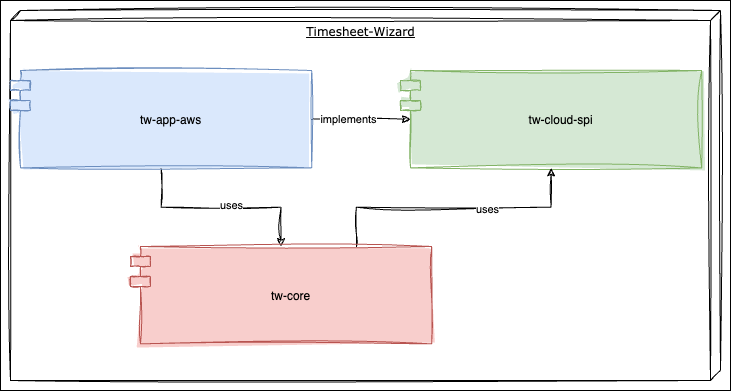
The draw.io diagram docs/assets/static-level-1.drawio.png in tinohertlein/timesheet-wizard, before a commit. Source tidied: cells renumbered, new cells last; positions are measured from the earlier drawing's top-left corner, leaving out a move shared by most shapes.
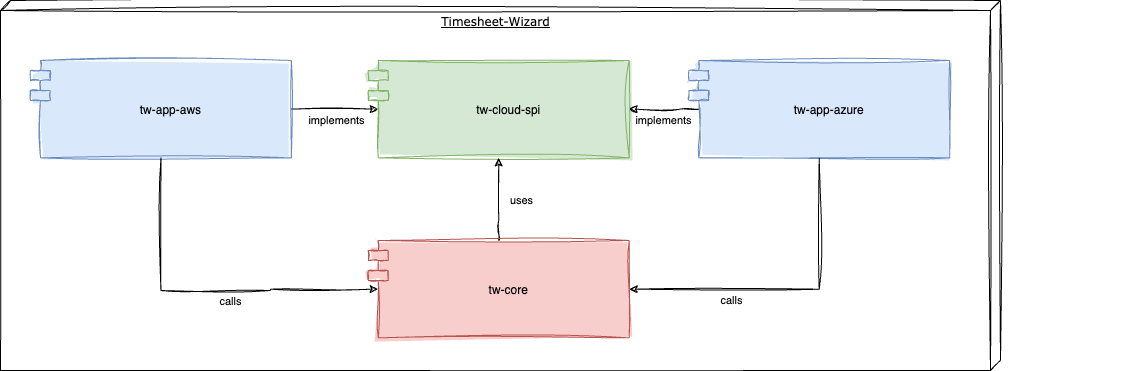
The same diagram one commit later.

Commit message:
docs: add Azure module to chapter 'building block view'

Diff of the diagram source:
```diff
@@ -2,41 +2,79 @@
   <root>
     <mxCell id="0" />
     <mxCell id="1" parent="0" />
-    <mxCell id="2" style="rounded=0;whiteSpace=wrap;html=1;fillStyle=auto;" parent="1" vertex="1">
-      <mxGeometry width="730" height="390" as="geometry" />
-    </mxCell>
     <mxCell id="3" style="group;align=center;verticalAlign=bottom;sketch=1;curveFitting=1;jiggle=2;" parent="1" vertex="1">
-      <mxGeometry x="10" y="10" width="710" height="370" as="geometry" />
+      <mxGeometry x="10" y="10" width="1100" height="370" as="geometry" />
     </mxCell>
     <mxCell id="4" value="Timesheet-Wizard" style="verticalAlign=top;align=center;spacingTop=8;spacingLeft=2;spacingRight=12;shape=cube;size=10;direction=south;fontStyle=4;html=1;rounded=0;shadow=0;comic=0;labelBackgroundColor=none;strokeWidth=1;fontFamily=Verdana;fontSize=12;sketch=1;curveFitting=1;jiggle=2;" parent="3" vertex="1">
-      <mxGeometry width="710" height="370" as="geometry" />
+      <mxGeometry x="-30" width="1000" height="370" as="geometry" />
     </mxCell>
-    <mxCell id="5" style="edgeStyle=orthogonalEdgeStyle;rounded=0;jettySize=auto;html=1;sketch=1;curveFitting=1;jiggle=2;" parent="3" edge="1" source="9" target="13">
-      <mxGeometry relative="1" as="geometry" />
-    </mxCell>
-    <mxCell id="6" value="uses" style="edgeLabel;html=1;align=center;verticalAlign=middle;" parent="5" vertex="1">
-      <mxGeometry x="0.1" y="2" relative="1" as="geometry" />
-    </mxCell>
     <mxCell id="7" style="edgeStyle=orthogonalEdgeStyle;rounded=0;jettySize=auto;html=1;entryX=0;entryY=0.5;entryDx=10;entryDy=0;entryPerimeter=0;sketch=1;curveFitting=1;jiggle=2;" parent="3" edge="1" source="9" target="10">
       <mxGeometry relative="1" as="geometry" />
     </mxCell>
     <mxCell id="8" value="implements" style="edgeLabel;html=1;align=center;verticalAlign=middle;" parent="7" vertex="1">
-      <mxGeometry x="-0.27" relative="1" as="geometry" />
+      <mxGeometry x="-0.27" relative="1" as="geometry">
+        <mxPoint x="13" y="11" as="offset" />
+      </mxGeometry>
     </mxCell>
     <mxCell id="9" value="tw-app-aws" style="shape=module;align=left;spacingLeft=20;align=center;verticalAlign=middle;sketch=1;curveFitting=1;jiggle=2;fillColor=#dae8fc;strokeColor=#6c8ebf;fillStyle=solid;" parent="3" vertex="1">
-      <mxGeometry y="60" width="301.2" height="97.4" as="geometry" />
+      <mxGeometry y="60" width="260.9" height="97.4" as="geometry" />
     </mxCell>
     <mxCell id="10" value="tw-cloud-spi" style="shape=module;align=left;spacingLeft=20;align=center;verticalAlign=middle;sketch=1;curveFitting=1;jiggle=2;fillColor=#d5e8d4;strokeColor=#82b366;fillStyle=solid;" parent="3" vertex="1">
-      <mxGeometry x="390" y="60" width="301.2" height="97.4" as="geometry" />
+      <mxGeometry x="337.8" y="60" width="260.9" height="97.4" as="geometry" />
     </mxCell>
-    <mxCell id="11" style="edgeStyle=orthogonalEdgeStyle;rounded=0;jettySize=auto;html=1;exitX=0.75;exitY=0;exitDx=0;exitDy=0;entryX=0.5;entryY=1;entryDx=0;entryDy=0;sketch=1;curveFitting=1;jiggle=2;" parent="3" edge="1" source="13" target="10">
-      <mxGeometry relative="1" as="geometry" />
+    <mxCell id="11" style="edgeStyle=orthogonalEdgeStyle;rounded=0;jettySize=auto;html=1;exitX=0.5;exitY=0;exitDx=0;exitDy=0;entryX=0.5;entryY=1;entryDx=0;entryDy=0;sketch=1;curveFitting=1;jiggle=2;" parent="3" edge="1" source="13" target="10">
+      <mxGeometry relative="1" as="geometry">
+        <Array as="points">
+          <mxPoint x="468" y="220" />
+          <mxPoint x="468" y="220" />
+        </Array>
+      </mxGeometry>
     </mxCell>
     <mxCell id="12" value="uses" style="edgeLabel;html=1;align=center;verticalAlign=middle;" parent="11" vertex="1">
-      <mxGeometry x="0.25" y="-2" relative="1" as="geometry" />
+      <mxGeometry x="0.25" y="-2" relative="1" as="geometry">
+        <mxPoint x="20" y="12" as="offset" />
+      </mxGeometry>
     </mxCell>
     <mxCell id="13" value="tw-core" style="shape=module;align=left;spacingLeft=20;align=center;verticalAlign=middle;sketch=1;curveFitting=1;jiggle=2;fillColor=#f8cecc;strokeColor=#b85450;fillStyle=solid;" parent="3" vertex="1">
-      <mxGeometry x="120" y="236" width="301.2" height="97.4" as="geometry" />
+      <mxGeometry x="337.8" y="240" width="260.9" height="97.4" as="geometry" />
     </mxCell>
+    <mxCell id="14" value="tw-app-azure" style="shape=module;align=left;spacingLeft=20;align=center;verticalAlign=middle;sketch=1;curveFitting=1;jiggle=2;fillColor=#dae8fc;strokeColor=#6c8ebf;fillStyle=solid;" parent="3" vertex="1">
+      <mxGeometry x="658.3" y="60" width="260.9" height="97.4" as="geometry" />
+    </mxCell>
+    <mxCell id="15" style="edgeStyle=orthogonalEdgeStyle;rounded=0;jettySize=auto;html=1;entryX=1;entryY=0.5;entryDx=0;entryDy=0;sketch=1;curveFitting=1;jiggle=2;exitX=0;exitY=0.5;exitDx=10;exitDy=0;exitPerimeter=0;" parent="3" edge="1" source="14" target="10">
+      <mxGeometry relative="1" as="geometry">
+        <Array as="points">
+          <mxPoint x="649.6" y="109" />
+          <mxPoint x="649.6" y="109" />
+        </Array>
+      </mxGeometry>
+    </mxCell>
+    <mxCell id="16" value="implements" style="edgeLabel;html=1;align=center;verticalAlign=middle;" parent="15" vertex="1">
+      <mxGeometry x="-0.27" relative="1" as="geometry">
+        <mxPoint x="-11" y="11" as="offset" />
+      </mxGeometry>
+    </mxCell>
+    <mxCell id="17" style="edgeStyle=orthogonalEdgeStyle;rounded=0;jettySize=auto;html=1;sketch=1;curveFitting=1;jiggle=2;exitX=0.5;exitY=1;exitDx=0;exitDy=0;entryX=1;entryY=0.5;entryDx=0;entryDy=0;" parent="3" edge="1" source="14" target="13">
+      <mxGeometry relative="1" as="geometry" />
+    </mxCell>
+    <mxCell id="18" value="calls" style="edgeLabel;html=1;align=center;verticalAlign=middle;" parent="17" vertex="1">
+      <mxGeometry x="0.1" y="2" relative="1" as="geometry">
+        <mxPoint x="-43" y="9" as="offset" />
+      </mxGeometry>
+    </mxCell>
+    <mxCell id="5" style="edgeStyle=orthogonalEdgeStyle;rounded=0;jettySize=auto;html=1;sketch=1;curveFitting=1;jiggle=2;exitX=0.5;exitY=1;exitDx=0;exitDy=0;entryX=0;entryY=0.5;entryDx=10;entryDy=0;entryPerimeter=0;" parent="3" edge="1" source="9" target="13">
+      <mxGeometry relative="1" as="geometry">
+        <Array as="points">
+          <mxPoint x="130" y="290" />
+          <mxPoint x="240" y="290" />
+          <mxPoint x="240" y="289" />
+        </Array>
+      </mxGeometry>
+    </mxCell>
+    <mxCell id="19" value="calls" style="edgeLabel;html=1;align=center;verticalAlign=middle;" parent="5" vertex="1">
+      <mxGeometry x="0.1" y="2" relative="1" as="geometry">
+        <mxPoint x="8" y="12" as="offset" />
+      </mxGeometry>
+    </mxCell>
   </root>
 </mxGraphModel>
```
